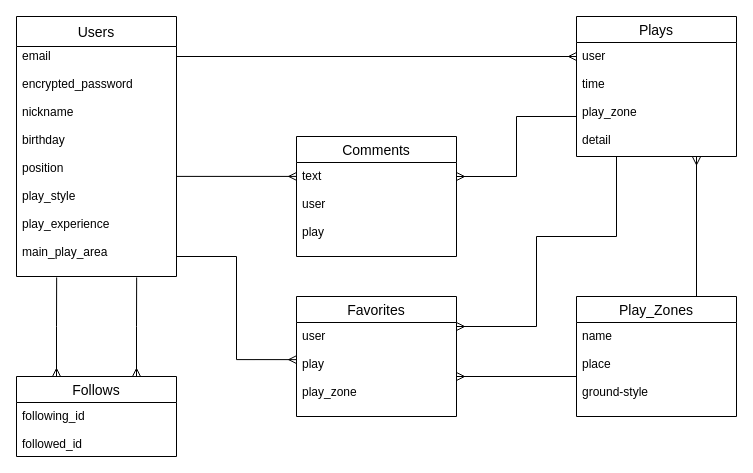
Before: さかともER.dio in ackey-getup/sakatomo, a draw.io diagram. Source tidied: cells renumbered, new cells numbered last; positions are measured from the earlier drawing's top-left corner, leaving out a move shared by most shapes. Both pictures are drawn from the tidied source at 100%, with x=0, y=0 at pixel (16, 16).
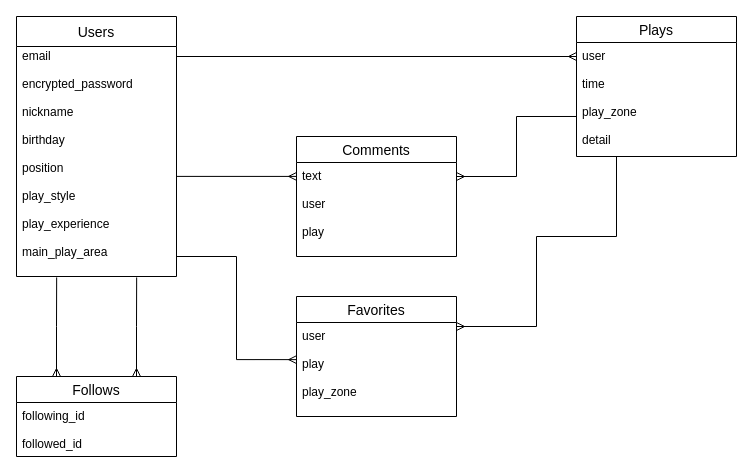
After the change.

The change refers to these unchanged cells:
```xml
<mxCell id="8" value="user&#10;&#10;time&#10;&#10;play_zone&#10;&#10;detail" style="text;strokeColor=none;fillColor=none;spacingLeft=4;spacingRight=4;overflow=hidden;points=[[0,0.5],[1,0.5]];portConstraint=eastwest;fontSize=12;" parent="7" vertex="1">
  <mxGeometry y="26" width="160" height="114" as="geometry" />
</mxCell>
```

Diff of the diagram source:
```diff
@@
-    <mxCell id="4" style="edgeStyle=orthogonalEdgeStyle;rounded=0;jettySize=auto;html=1;exitX=0.75;exitY=0;exitDx=0;exitDy=0;entryX=0.75;entryY=1.003;entryDx=0;entryDy=0;entryPerimeter=0;startArrow=none;startFill=0;endArrow=ERmany;endFill=0;" parent="1" edge="1" source="5" target="8">
-      <mxGeometry relative="1" as="geometry" />
-    </mxCell>
-    <mxCell id="5" value="Play_Zones" style="swimlane;fontStyle=0;horizontal=1;startSize=26;align=center;fontSize=14;" parent="1" vertex="1">
-      <mxGeometry x="560" y="280" width="160" height="120" as="geometry" />
-    </mxCell>
-    <mxCell id="6" value="name&#10;&#10;place&#10;&#10;ground-style" style="text;strokeColor=none;fillColor=none;spacingLeft=4;spacingRight=4;overflow=hidden;fontSize=12;" parent="5" vertex="1">
-      <mxGeometry y="26" width="160" height="94" as="geometry" />
-    </mxCell>
@@
-    <mxCell id="21" style="edgeStyle=orthogonalEdgeStyle;rounded=0;orthogonalLoop=1;jettySize=auto;html=1;startArrow=ERmany;startFill=0;endArrow=none;endFill=0;" parent="1" edge="1">
-      <mxGeometry relative="1" as="geometry">
-        <mxPoint x="440" y="360" as="sourcePoint" />
-        <mxPoint x="560" y="360" as="targetPoint" />
-        <Array as="points">
-          <mxPoint x="440" y="360" />
-          <mxPoint x="600" y="360" />
-        </Array>
-      </mxGeometry>
-    </mxCell>
```
